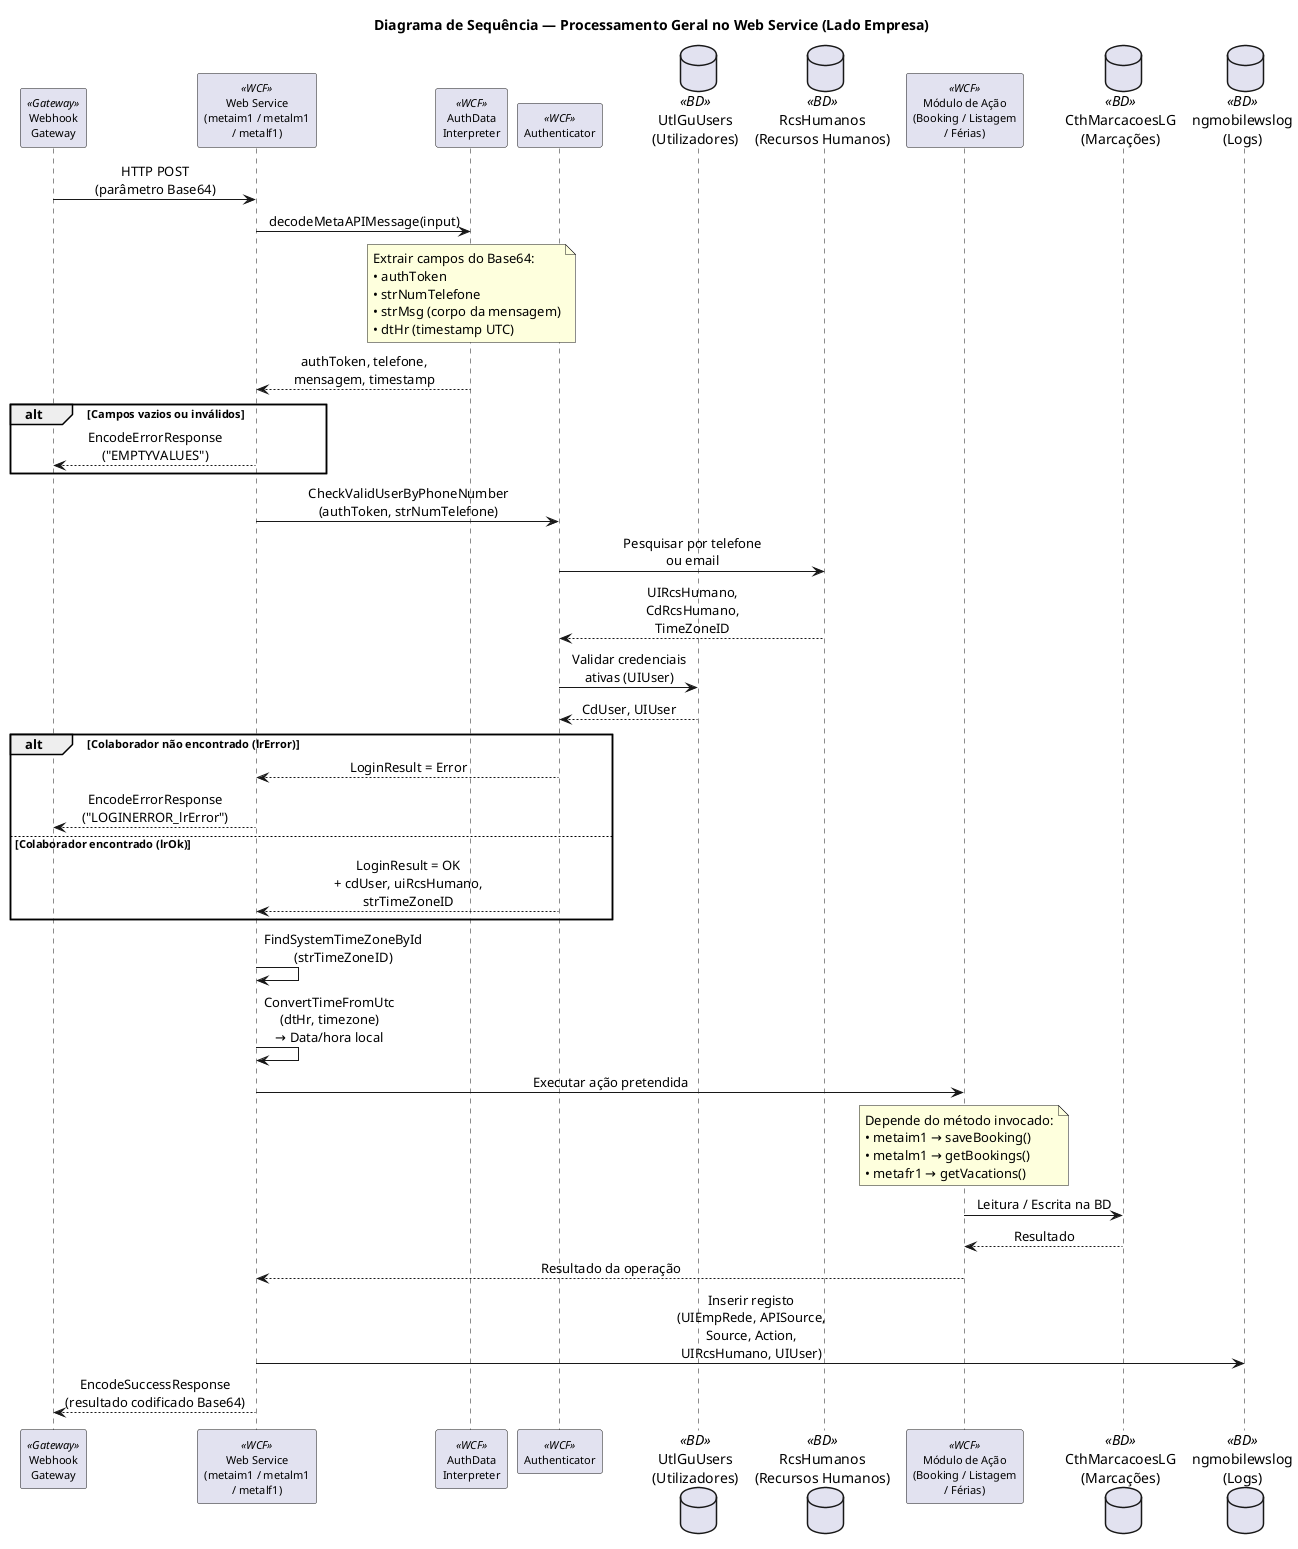
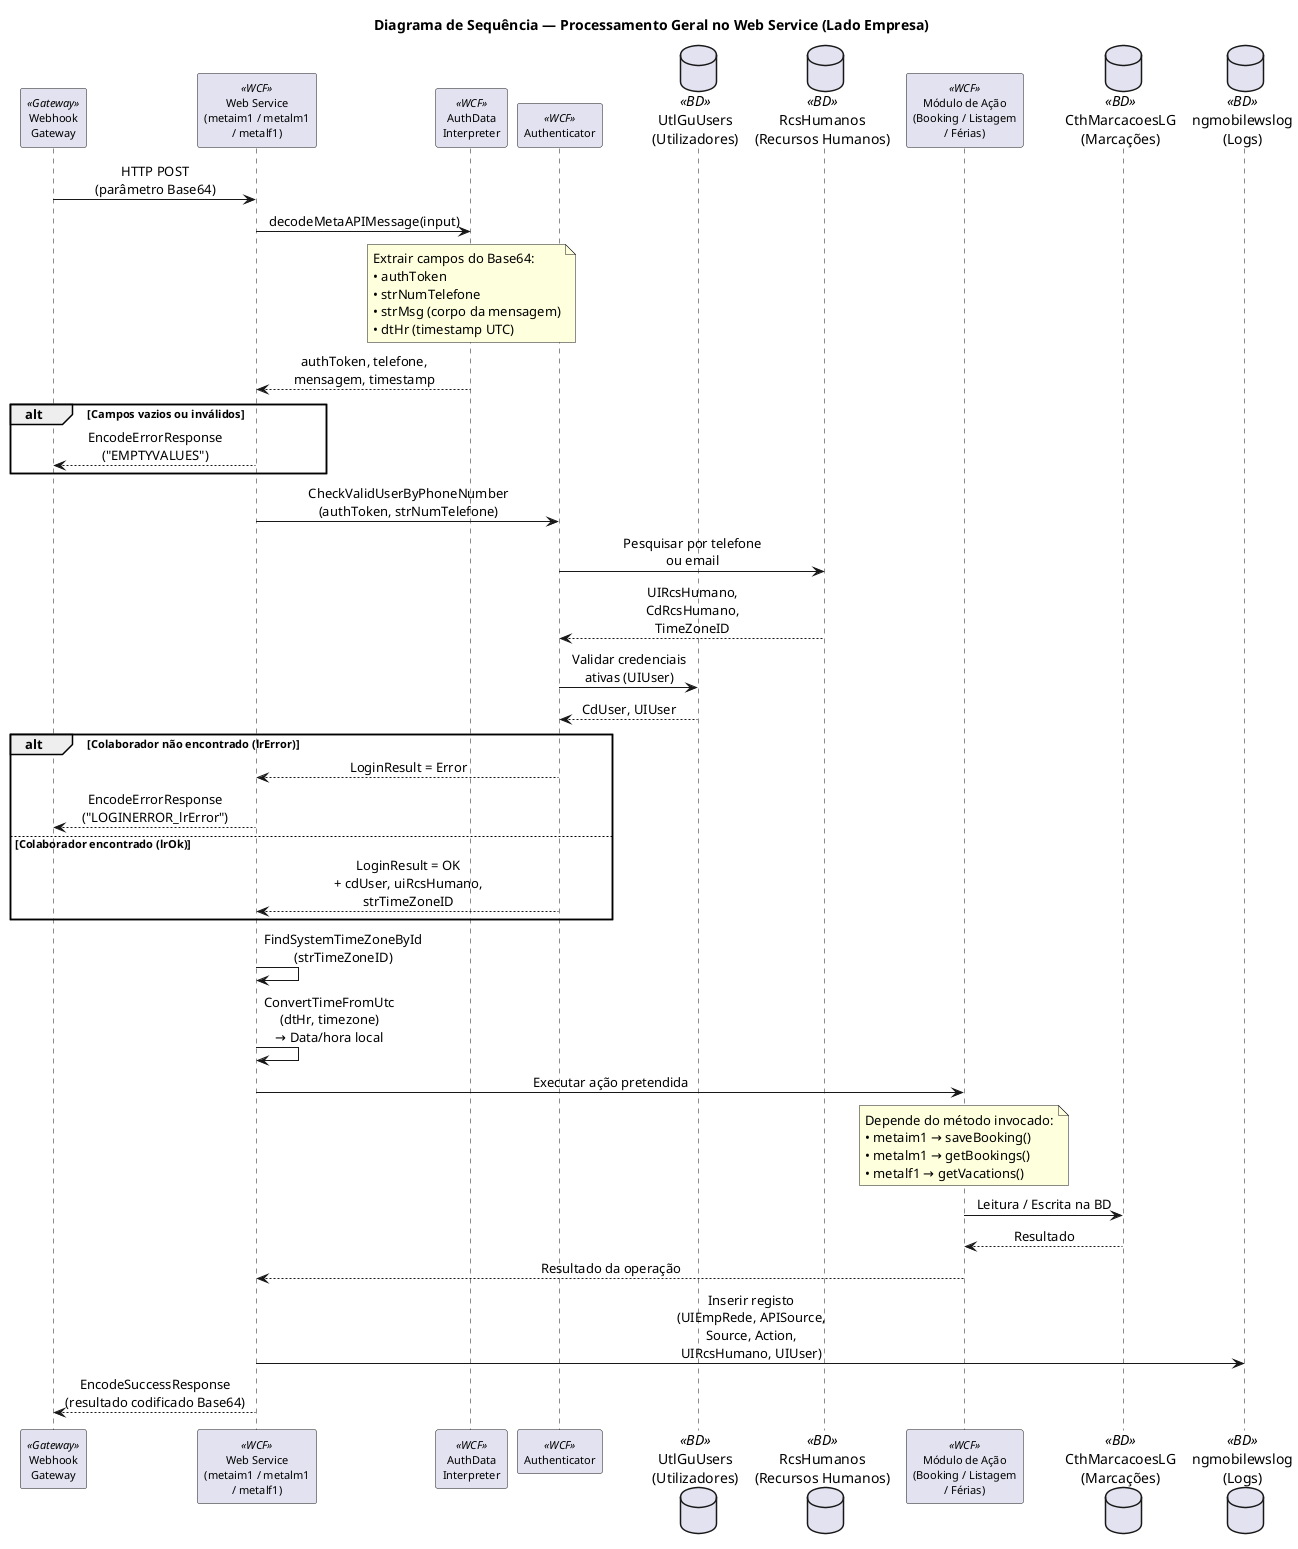
@startuml sequencia_processamento_erp
skinparam backgroundColor #FFFFFF
skinparam shadowing false
skinparam defaultFontName "Segoe UI"
skinparam sequenceMessageAlign center
skinparam maxMessageSize 220
skinparam sequenceParticipantFontSize 11
skinparam sequenceMessageFontSize 11

title Diagrama de Sequência — Processamento Geral no Web Service (Lado Empresa)

participant "Webhook\nGateway" as gw <<Gateway>>
participant "Web Service\n(metaim1 / metalm1\n/ metalf1)" as ws <<WCF>>
participant "AuthData\nInterpreter" as decoder <<WCF>>
participant "Authenticator" as auth <<WCF>>
database "UtlGuUsers\n(Utilizadores)" as usr <<BD>>
database "RcsHumanos\n(Recursos Humanos)" as rh <<BD>>
participant "Módulo de Ação\n(Booking / Listagem\n/ Férias)" as action <<WCF>>
database "CthMarcacoesLG\n(Marcações)" as mrc <<BD>>
database "ngmobilewslog\n(Logs)" as logs <<BD>>

' ─── Fluxo de Processamento ───────────────────────────────

gw -> ws : HTTP POST\n(parâmetro Base64)

ws -> decoder : decodeMetaAPIMessage(input)

note over decoder
  Extrair campos do Base64:
  • authToken
  • strNumTelefone
  • strMsg (corpo da mensagem)
  • dtHr (timestamp UTC)
end note

decoder --> ws : authToken, telefone,\nmensagem, timestamp

' ─── Validação de Campos ─────────────────────────────────

alt Campos vazios ou inválidos
    ws --> gw : EncodeErrorResponse\n("EMPTYVALUES")
end

' ─── Resolução de Identidade ─────────────────────────────

ws -> auth : CheckValidUserByPhoneNumber\n(authToken, strNumTelefone)

auth -> rh : Pesquisar por telefone\nou email
rh --> auth : UIRcsHumano,\nCdRcsHumano,\nTimeZoneID

auth -> usr : Validar credenciais\nativas (UIUser)
usr --> auth : CdUser, UIUser

alt Colaborador não encontrado (lrError)
    auth --> ws : LoginResult = Error
    ws --> gw : EncodeErrorResponse\n("LOGINERROR_lrError")
else Colaborador encontrado (lrOk)
    auth --> ws : LoginResult = OK\n+ cdUser, uiRcsHumano,\nstrTimeZoneID
end

' ─── Conversão de Fuso Horário ────────────────────────────

ws -> ws : FindSystemTimeZoneById\n(strTimeZoneID)
ws -> ws : ConvertTimeFromUtc\n(dtHr, timezone)\n→ Data/hora local

' ─── Execução da Ação Específica ──────────────────────────

ws -> action : Executar ação pretendida

note over action
  Depende do método invocado:
  • metaim1 → saveBooking()
  • metalm1 → getBookings()
-   • metafr1 → getVacations()
+   • metalf1 → getVacations()
end note

action -> mrc : Leitura / Escrita na BD
mrc --> action : Resultado

action --> ws : Resultado da operação

' ─── Registo de Log ───────────────────────────────────────

ws -> logs : Inserir registo\n(UIEmpRede, APISource,\nSource, Action,\nUIRcsHumano, UIUser)

' ─── Resposta ao Gateway ─────────────────────────────────

ws --> gw : EncodeSuccessResponse\n(resultado codificado Base64)

@enduml
